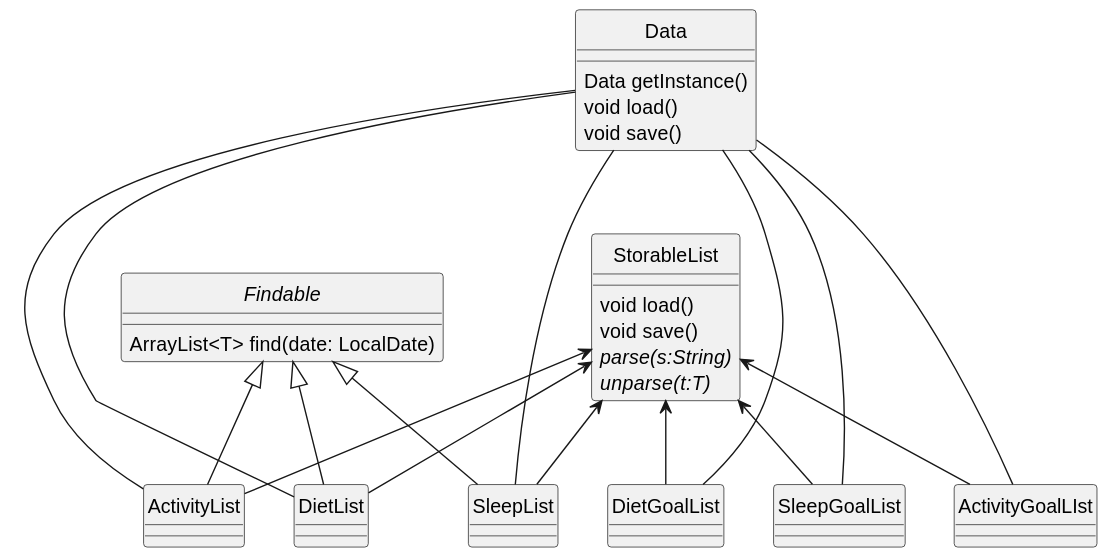
The PlantUML diagram docs/images/DataClassDiagram.svg in AY2324S1-CS2113-T17-1/tp, before a commit. The source it was exported from:
```plantuml
@startuml
hide circle


class StorableList{
    void load()
    void save()
    {abstract} parse(s:String)
    {abstract} unparse(t:T)

}

class ActivityList{}
class ActivityGoalLIst{}
class DietList{}
class DietGoalList{}
class SleepList{}
class SleepGoalList{

}
interface Findable{
    ArrayList<T> find(date: LocalDate)
}
class Data{
    Data getInstance()
    void load()
    void save()
}

Findable <|-- ActivityList
Findable <|-- DietList
Findable <|-- SleepList

StorableList <-- ActivityList
StorableList <-- DietList
StorableList <-- SleepList
StorableList <-- ActivityGoalLIst
StorableList <-- DietGoalList
StorableList <-- SleepGoalList

Data --- ActivityList
Data --- DietList
Data --- SleepList
Data --- ActivityGoalLIst
Data --- DietGoalList
Data --- SleepGoalList
@enduml
```
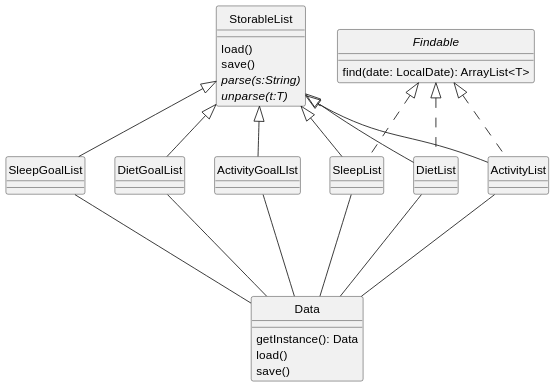
After the change.

Commit message:
Replace errornous representation of function in class diagram

Diff of the diagram source:
```diff
@@ -3,8 +3,8 @@
 
 
 class StorableList{
-    void load()
-    void save()
+    load()
+    save()
     {abstract} parse(s:String)
     {abstract} unparse(t:T)
 
@@ -19,29 +19,29 @@
 
 }
 interface Findable{
-    ArrayList<T> find(date: LocalDate)
+    find(date: LocalDate): ArrayList<T>
 }
 class Data{
-    Data getInstance()
-    void load()
-    void save()
+    getInstance(): Data
+    load()
+    save()
 }
 
-Findable <|-- ActivityList
-Findable <|-- DietList
-Findable <|-- SleepList
+Findable <|.. ActivityList
+Findable <|.. DietList
+Findable <|.. SleepList
 
-StorableList <-- ActivityList
-StorableList <-- DietList
-StorableList <-- SleepList
-StorableList <-- ActivityGoalLIst
-StorableList <-- DietGoalList
-StorableList <-- SleepGoalList
+StorableList <|-- ActivityList
+StorableList <|-- DietList
+StorableList <|-- SleepList
+StorableList <|-- ActivityGoalLIst
+StorableList <|-- DietGoalList
+StorableList <|-- SleepGoalList
 
-Data --- ActivityList
-Data --- DietList
-Data --- SleepList
-Data --- ActivityGoalLIst
-Data --- DietGoalList
-Data --- SleepGoalList
+Data --u- ActivityList
+Data --u- DietList
+Data --u- SleepList
+Data --u- ActivityGoalLIst
+Data --u- DietGoalList
+Data --u- SleepGoalList
 @enduml
```
